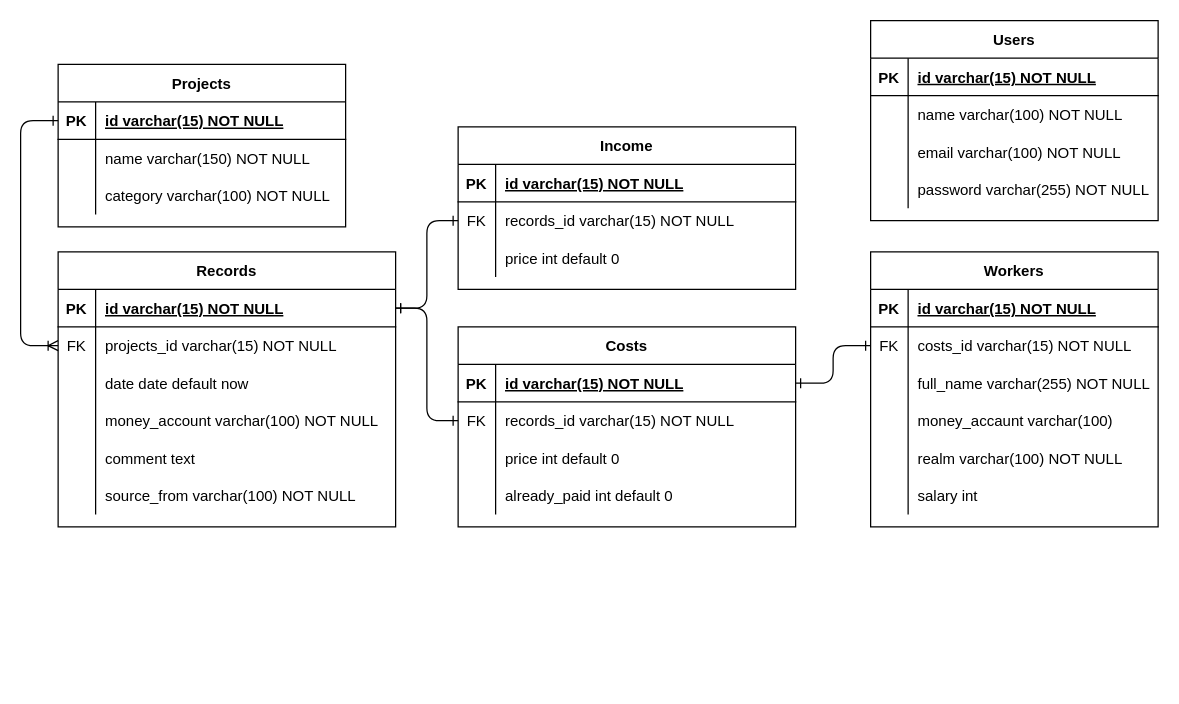
Before: DB.drawio in VanyaKupnevskij/buisnesService_backend, a draw.io diagram. Source tidied: cells renumbered, new cells numbered last; positions are measured from the earlier drawing's top-left corner, leaving out a move shared by most shapes. Both pictures are drawn from the tidied source at 125%, with x=0, y=0 at pixel (20, 20).
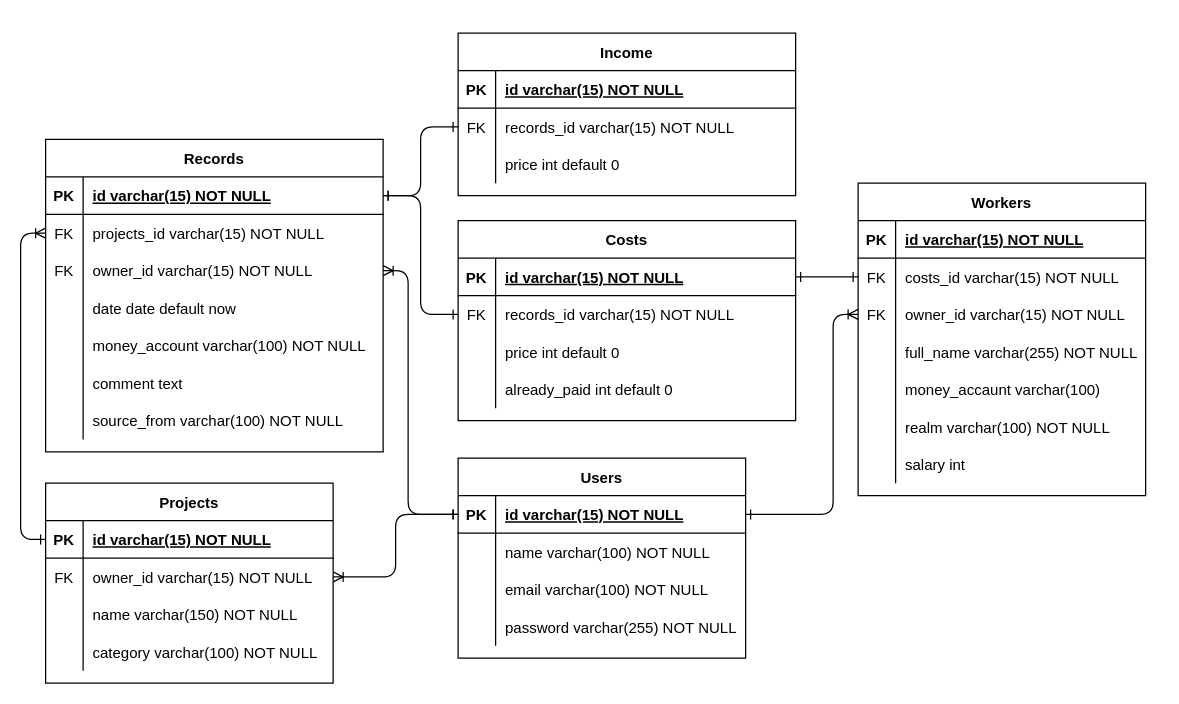
The same page after the edit.

The change refers to these unchanged cells:
```xml
<mxCell id="3" style="shape=partialRectangle;fillColor=none;points=[[0,0.5],[1,0.5]];portConstraint=eastwest;top=0;left=0;right=0;bottom=1;" parent="2" vertex="1">
  <mxGeometry y="30" width="230" height="30" as="geometry" />
</mxCell>
<mxCell id="16" style="shape=partialRectangle;fillColor=none;points=[[0,0.5],[1,0.5]];portConstraint=eastwest;top=0;left=0;right=0;bottom=1;" parent="15" vertex="1">
  <mxGeometry y="30" width="230" height="30" as="geometry" />
</mxCell>
<mxCell id="48" style="shape=partialRectangle;fillColor=none;points=[[0,0.5],[1,0.5]];portConstraint=eastwest;top=0;left=0;right=0;bottom=0;" parent="44" vertex="1">
  <mxGeometry y="60" width="270" height="30" as="geometry" />
</mxCell>
```

The edit, as a diff of the source:
```diff
@@
     <mxCell id="2" value="Users" style="shape=table;startSize=30;childLayout=tableLayout;rowLines=0;fontStyle=1;align=center;" parent="1" vertex="1">
-      <mxGeometry x="680" width="230" height="160" as="geometry" />
+      <mxGeometry x="350" y="350" width="230" height="160" as="geometry" />
     </mxCell>
@@
     <mxCell id="15" value="Projects" style="shape=table;startSize=30;childLayout=tableLayout;rowLines=0;fontStyle=1;align=center;" parent="1" vertex="1">
-      <mxGeometry x="30" y="35" width="230" height="130" as="geometry" />
+      <mxGeometry x="20" y="370" width="230" height="160" as="geometry" />
     </mxCell>
@@
+    <mxCell id="90" style="shape=partialRectangle;fillColor=none;points=[[0,0.5],[1,0.5]];portConstraint=eastwest;top=0;left=0;right=0;bottom=0;" parent="15" vertex="1">
+      <mxGeometry y="60" width="230" height="30" as="geometry" />
+    </mxCell>
+    <mxCell id="91" value="FK" style="shape=partialRectangle;overflow=hidden;fillColor=none;top=0;left=0;bottom=0;right=0;" parent="90" vertex="1">
+      <mxGeometry width="30" height="30" as="geometry" />
+    </mxCell>
+    <mxCell id="92" value="owner_id varchar(15) NOT NULL" style="shape=partialRectangle;overflow=hidden;fillColor=none;top=0;left=0;bottom=0;right=0;align=left;spacingLeft=6;" parent="90" vertex="1">
+      <mxGeometry x="30" width="200" height="30" as="geometry" />
+    </mxCell>
     <mxCell id="19" style="shape=partialRectangle;fillColor=none;top=0;left=0;right=0;bottom=0;" parent="15" vertex="1">
-      <mxGeometry y="60" width="230" height="30" as="geometry" />
+      <mxGeometry y="90" width="230" height="30" as="geometry" />
     </mxCell>
@@
     <mxCell id="22" style="shape=partialRectangle;fillColor=none;top=0;left=0;right=0;bottom=0;" parent="15" vertex="1">
-      <mxGeometry y="90" width="230" height="30" as="geometry" />
+      <mxGeometry y="120" width="230" height="30" as="geometry" />
     </mxCell>
@@
     <mxCell id="25" value="Workers" style="shape=table;startSize=30;childLayout=tableLayout;rowLines=0;fontStyle=1;align=center;" parent="1" vertex="1">
-      <mxGeometry x="680" y="185" width="230" height="220" as="geometry" />
+      <mxGeometry x="670" y="130" width="230" height="250" as="geometry" />
     </mxCell>
@@
+    <mxCell id="93" style="shape=partialRectangle;fillColor=none;points=[[0,0.5],[1,0.5]];portConstraint=eastwest;top=0;left=0;right=0;bottom=0;" parent="25" vertex="1">
+      <mxGeometry y="90" width="230" height="30" as="geometry" />
+    </mxCell>
+    <mxCell id="94" value="FK" style="shape=partialRectangle;overflow=hidden;fillColor=none;top=0;left=0;bottom=0;right=0;" parent="93" vertex="1">
+      <mxGeometry width="30" height="30" as="geometry" />
+    </mxCell>
+    <mxCell id="95" value="owner_id varchar(15) NOT NULL" style="shape=partialRectangle;overflow=hidden;fillColor=none;top=0;left=0;bottom=0;right=0;align=left;spacingLeft=6;" parent="93" vertex="1">
+      <mxGeometry x="30" width="200" height="30" as="geometry" />
+    </mxCell>
     <mxCell id="32" style="shape=partialRectangle;fillColor=none;top=0;left=0;right=0;bottom=0;" parent="25" vertex="1">
-      <mxGeometry y="90" width="230" height="30" as="geometry" />
+      <mxGeometry y="120" width="230" height="30" as="geometry" />
     </mxCell>
@@
     <mxCell id="35" style="shape=partialRectangle;fillColor=none;top=0;left=0;right=0;bottom=0;" parent="25" vertex="1">
-      <mxGeometry y="120" width="230" height="30" as="geometry" />
+      <mxGeometry y="150" width="230" height="30" as="geometry" />
     </mxCell>
@@
     <mxCell id="38" style="shape=partialRectangle;fillColor=none;top=0;left=0;right=0;bottom=0;" parent="25" vertex="1">
-      <mxGeometry y="150" width="230" height="30" as="geometry" />
+      <mxGeometry y="180" width="230" height="30" as="geometry" />
     </mxCell>
@@
     <mxCell id="41" style="shape=partialRectangle;fillColor=none;top=0;left=0;right=0;bottom=0;" parent="25" vertex="1">
-      <mxGeometry y="180" width="230" height="30" as="geometry" />
+      <mxGeometry y="210" width="230" height="30" as="geometry" />
     </mxCell>
@@
     <mxCell id="44" value="Records" style="shape=table;startSize=30;childLayout=tableLayout;rowLines=0;fontStyle=1;align=center;" parent="1" vertex="1">
-      <mxGeometry x="30" y="185" width="270" height="220" as="geometry" />
+      <mxGeometry x="20" y="95" width="270" height="250" as="geometry" />
     </mxCell>
@@
+    <mxCell id="96" style="shape=partialRectangle;fillColor=none;points=[[0,0.5],[1,0.5]];portConstraint=eastwest;top=0;left=0;right=0;bottom=0;" parent="44" vertex="1">
+      <mxGeometry y="90" width="270" height="30" as="geometry" />
+    </mxCell>
+    <mxCell id="97" value="FK" style="shape=partialRectangle;overflow=hidden;fillColor=none;top=0;left=0;bottom=0;right=0;" parent="96" vertex="1">
+      <mxGeometry width="30" height="30" as="geometry" />
+    </mxCell>
+    <mxCell id="98" value="owner_id varchar(15) NOT NULL" style="shape=partialRectangle;overflow=hidden;fillColor=none;top=0;left=0;bottom=0;right=0;align=left;spacingLeft=6;" parent="96" vertex="1">
+      <mxGeometry x="30" width="240" height="30" as="geometry" />
+    </mxCell>
     <mxCell id="51" style="shape=partialRectangle;fillColor=none;top=0;left=0;right=0;bottom=0;" parent="44" vertex="1">
-      <mxGeometry y="90" width="270" height="30" as="geometry" />
+      <mxGeometry y="120" width="270" height="30" as="geometry" />
     </mxCell>
@@
     <mxCell id="54" style="shape=partialRectangle;fillColor=none;top=0;left=0;right=0;bottom=0;" parent="44" vertex="1">
-      <mxGeometry y="120" width="270" height="30" as="geometry" />
+      <mxGeometry y="150" width="270" height="30" as="geometry" />
     </mxCell>
@@
     <mxCell id="57" style="shape=partialRectangle;fillColor=none;top=0;left=0;right=0;bottom=0;" parent="44" vertex="1">
-      <mxGeometry y="150" width="270" height="30" as="geometry" />
+      <mxGeometry y="180" width="270" height="30" as="geometry" />
     </mxCell>
@@
     <mxCell id="60" style="shape=partialRectangle;fillColor=none;top=0;left=0;right=0;bottom=0;" parent="44" vertex="1">
-      <mxGeometry y="180" width="270" height="30" as="geometry" />
+      <mxGeometry y="210" width="270" height="30" as="geometry" />
     </mxCell>
@@
     <mxCell id="63" value="Income" style="shape=table;startSize=30;childLayout=tableLayout;rowLines=0;fontStyle=1;align=center;" parent="1" vertex="1">
-      <mxGeometry x="350" y="85" width="270" height="130" as="geometry" />
+      <mxGeometry x="350" y="10" width="270" height="130" as="geometry" />
     </mxCell>
@@
     <mxCell id="73" value="Costs" style="shape=table;startSize=30;childLayout=tableLayout;rowLines=0;fontStyle=1;align=center;" parent="1" vertex="1">
-      <mxGeometry x="350" y="245" width="270" height="160" as="geometry" />
+      <mxGeometry x="350" y="160" width="270" height="160" as="geometry" />
     </mxCell>
@@
     <mxCell id="89" style="edgeStyle=elbowEdgeStyle;html=1;entryX=0;entryY=0.5;entryDx=0;entryDy=0;startArrow=ERoneToMany;startFill=0;endArrow=ERone;endFill=0;" parent="1" edge="1" source="48" target="16">
       <mxGeometry relative="1" as="geometry">
         <Array as="points">
-          <mxPoint y="35" />
+          <mxPoint y="280" />
+          <mxPoint x="-10" y="-55" />
         </Array>
       </mxGeometry>
     </mxCell>
+    <mxCell id="99" style="edgeStyle=elbowEdgeStyle;html=1;exitX=1;exitY=0.5;exitDx=0;exitDy=0;endArrow=ERone;endFill=0;startArrow=ERoneToMany;startFill=0;" parent="1" edge="1" source="96" target="3">
+      <mxGeometry relative="1" as="geometry">
+        <Array as="points">
+          <mxPoint x="310" y="300" />
+        </Array>
+      </mxGeometry>
+    </mxCell>
+    <mxCell id="100" style="edgeStyle=elbowEdgeStyle;html=1;entryX=1;entryY=0.5;entryDx=0;entryDy=0;startArrow=ERoneToMany;startFill=0;endArrow=ERone;endFill=0;" parent="1" edge="1" source="93" target="3">
+      <mxGeometry relative="1" as="geometry">
+        <Array as="points">
+          <mxPoint x="650" y="350" />
+        </Array>
+      </mxGeometry>
+    </mxCell>
+    <mxCell id="101" style="edgeStyle=elbowEdgeStyle;html=1;entryX=0;entryY=0.5;entryDx=0;entryDy=0;startArrow=ERoneToMany;startFill=0;endArrow=ERone;endFill=0;" parent="1" edge="1" source="90" target="3">
+      <mxGeometry relative="1" as="geometry" />
+    </mxCell>
```
